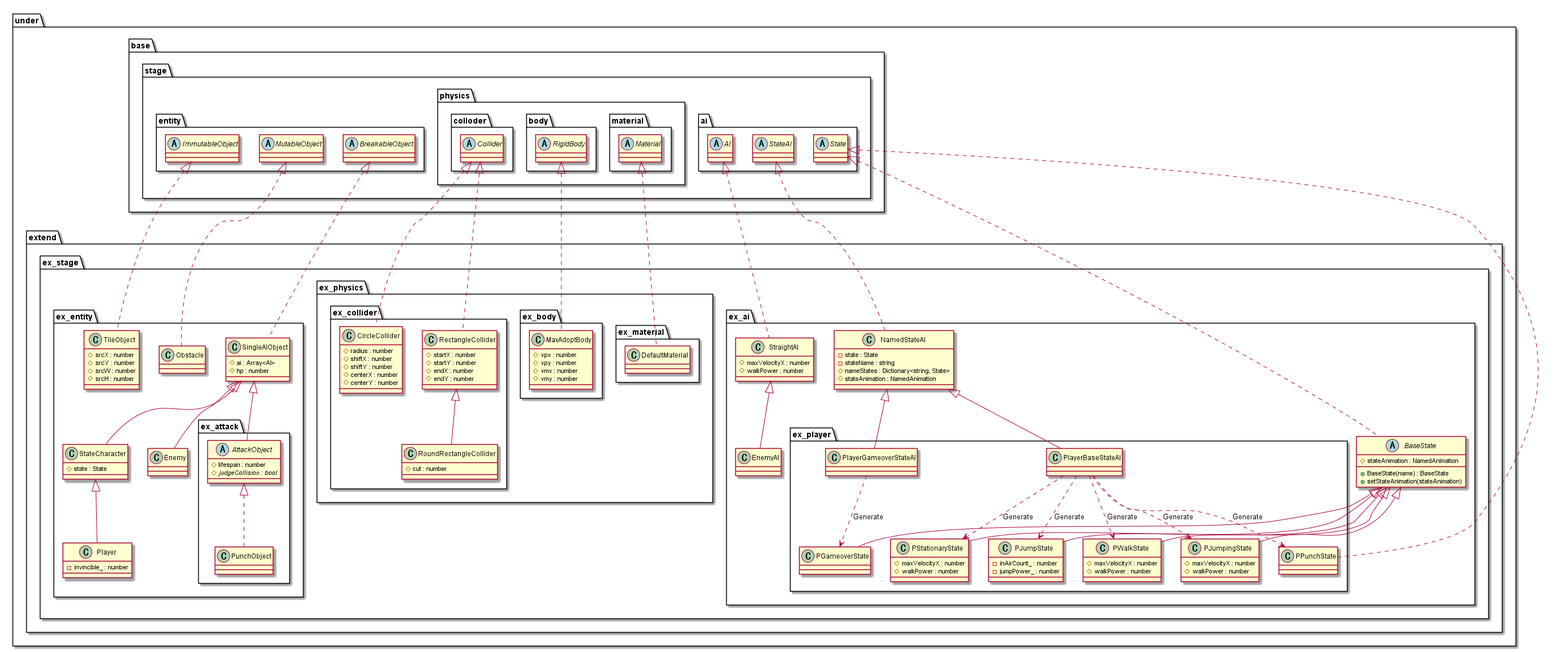
Before: out/uml/entity/Extend/EntityExtend.png, a diagram exported from PlantUML (Expine/Under).
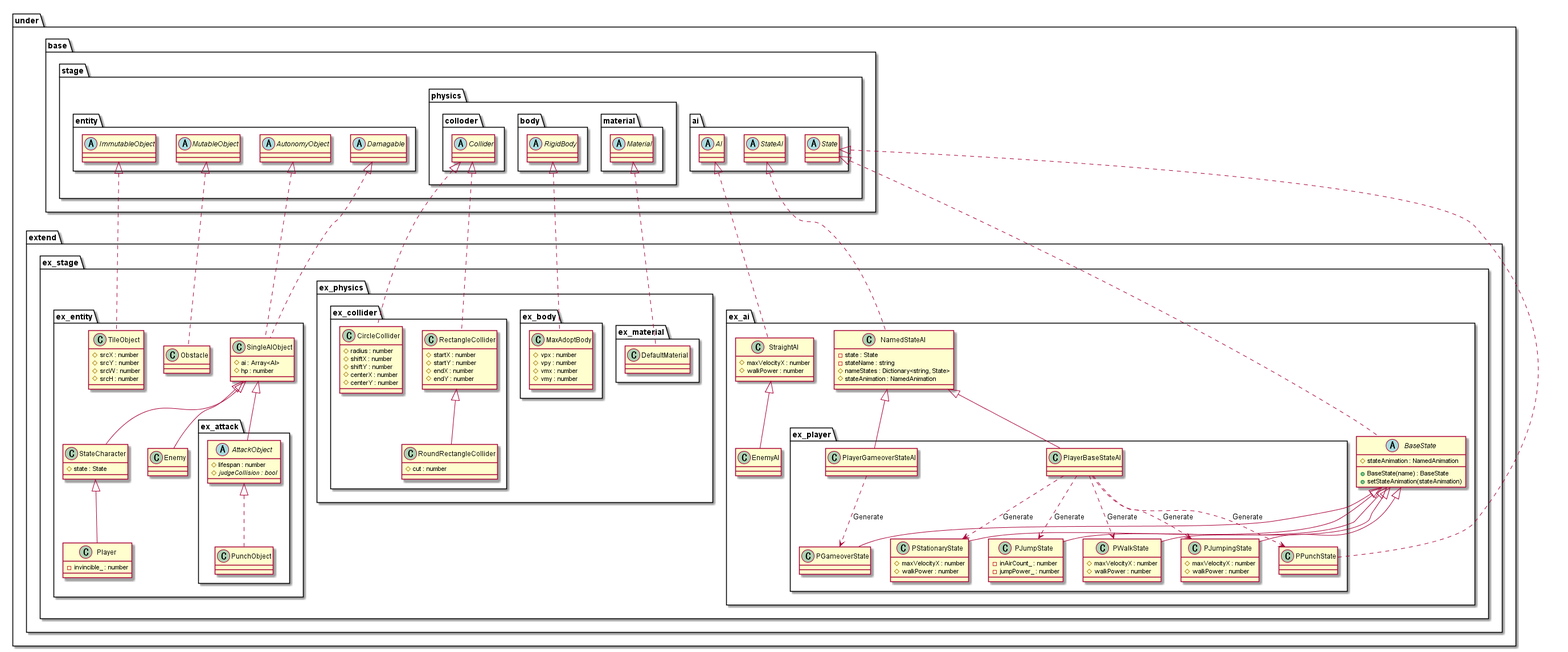
Later version of the same file.

The edit, as a diff of the source:
```diff
@@ -113,7 +113,8 @@
             package entity {
                 abstract ImmutableObject
                 abstract MutableObject
-                abstract BreakableObject
+                abstract AutonomyObject
+                abstract Damagable
             }
             package physics {
                 package colloder {
@@ -145,7 +146,8 @@
 
 ImmutableObject <|.. TileObject
 MutableObject <|.. Obstacle
-BreakableObject <|.. SingleAIObject
+AutonomyObject <|.. SingleAIObject
+Damagable <|.. SingleAIObject
 SingleAIObject <|-- StateCharacter
 StateCharacter <|-- Player
 SingleAIObject <|-- Enemy
```
